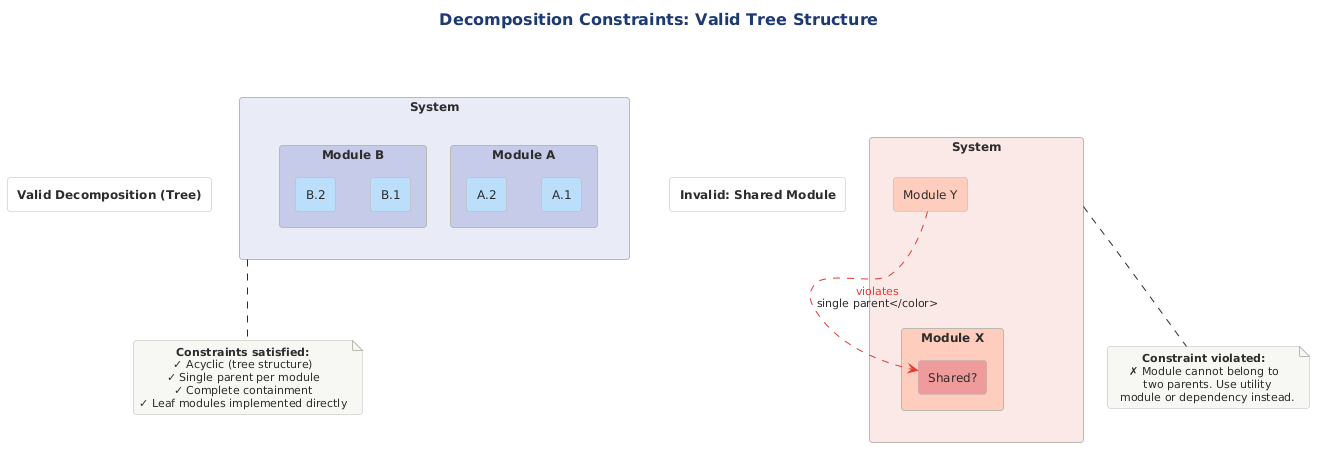
Earlier version of the PlantUML export src/architecture/views-and-beyond/style-catalogs/module/decomposition-style/png/05-constraints.png (Notoriousjayy/latex-docs). The source it was exported from:
```plantuml
@startuml 05-constraints
!include ../../../../../../tooling/styles/plantuml/structural/component-diagram-style.iuml


title Decomposition Constraints: Valid Tree Structure

together {
  rectangle "**Valid Decomposition (Tree)**" as valid_title #FFFFFF

  rectangle "System" as v_root #E8EAF6 {
    rectangle "Module A" as v_a #C5CAE9 {
      rectangle "A.1" as v_a1 #BBDEFB
      rectangle "A.2" as v_a2 #BBDEFB
    }
    rectangle "Module B" as v_b #C5CAE9 {
      rectangle "B.1" as v_b1 #BBDEFB
      rectangle "B.2" as v_b2 #BBDEFB
    }
  }

  note bottom of v_root
    **Constraints satisfied:**
    ✓ Acyclic (tree structure)
    ✓ Single parent per module
    ✓ Complete containment
    ✓ Leaf modules implemented directly
  end note
}

together {
  rectangle "**Invalid: Shared Module**" as invalid1_title #FFFFFF

  rectangle "System" as i1_root #FBE9E7 {
    rectangle "Module X" as i1_x #FFCCBC {
      rectangle "Shared?" as i1_s #EF9A9A
    }
    rectangle "Module Y" as i1_y #FFCCBC {
    }
  }

  i1_y -[#E53935,dashed]-> i1_s : <color:#E53935>violates\nsingle parent</color>

  note bottom of i1_root
    **Constraint violated:**
    ✗ Module cannot belong to
      two parents. Use utility
      module or dependency instead.
  end note
}

valid_title -[hidden]right-> invalid1_title

@enduml
```
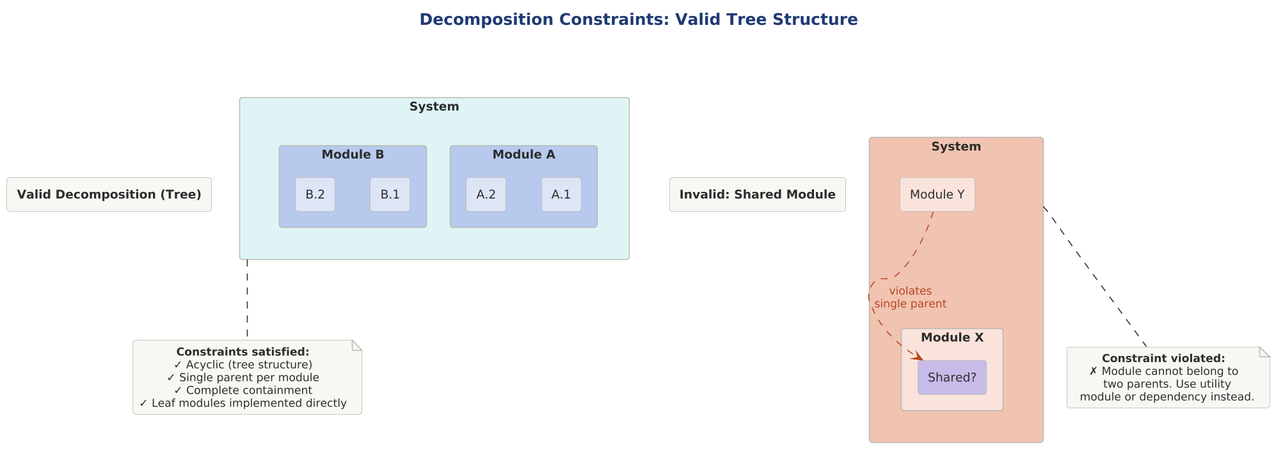
The same diagram one commit later.

Change to the diagram source:
```diff
@@ -1,20 +1,24 @@
 @startuml 05-constraints
+
+skinparam dpi 150
+
+
+
 !include ../../../../../../tooling/styles/plantuml/structural/component-diagram-style.iuml
-
 
 title Decomposition Constraints: Valid Tree Structure
 
 together {
-  rectangle "**Valid Decomposition (Tree)**" as valid_title #FFFFFF
+  rectangle "**Valid Decomposition (Tree)**" as valid_title $theme_surface
 
-  rectangle "System" as v_root #E8EAF6 {
-    rectangle "Module A" as v_a #C5CAE9 {
-      rectangle "A.1" as v_a1 #BBDEFB
-      rectangle "A.2" as v_a2 #BBDEFB
+  rectangle "System" as v_root $fill_dynamic {
+    rectangle "Module A" as v_a $deep_primary {
+      rectangle "A.1" as v_a1 $fill_primary
+      rectangle "A.2" as v_a2 $fill_primary
     }
-    rectangle "Module B" as v_b #C5CAE9 {
-      rectangle "B.1" as v_b1 #BBDEFB
-      rectangle "B.2" as v_b2 #BBDEFB
+    rectangle "Module B" as v_b $deep_primary {
+      rectangle "B.1" as v_b1 $fill_primary
+      rectangle "B.2" as v_b2 $fill_primary
     }
   }
 
@@ -28,17 +32,17 @@
 }
 
 together {
-  rectangle "**Invalid: Shared Module**" as invalid1_title #FFFFFF
+  rectangle "**Invalid: Shared Module**" as invalid1_title $theme_surface
 
-  rectangle "System" as i1_root #FBE9E7 {
-    rectangle "Module X" as i1_x #FFCCBC {
-      rectangle "Shared?" as i1_s #EF9A9A
+  rectangle "System" as i1_root $deep_invalid {
+    rectangle "Module X" as i1_x $fill_invalid {
+      rectangle "Shared?" as i1_s $deep_alt
     }
-    rectangle "Module Y" as i1_y #FFCCBC {
+    rectangle "Module Y" as i1_y $fill_invalid {
     }
   }
 
-  i1_y -[#E53935,dashed]-> i1_s : <color:#E53935>violates\nsingle parent</color>
+  i1_y -[$line_invalid,dashed]-> i1_s : <color:$line_invalid>violates</color>\n<color:$line_invalid>single parent</color>
 
   note bottom of i1_root
     **Constraint violated:**
```
